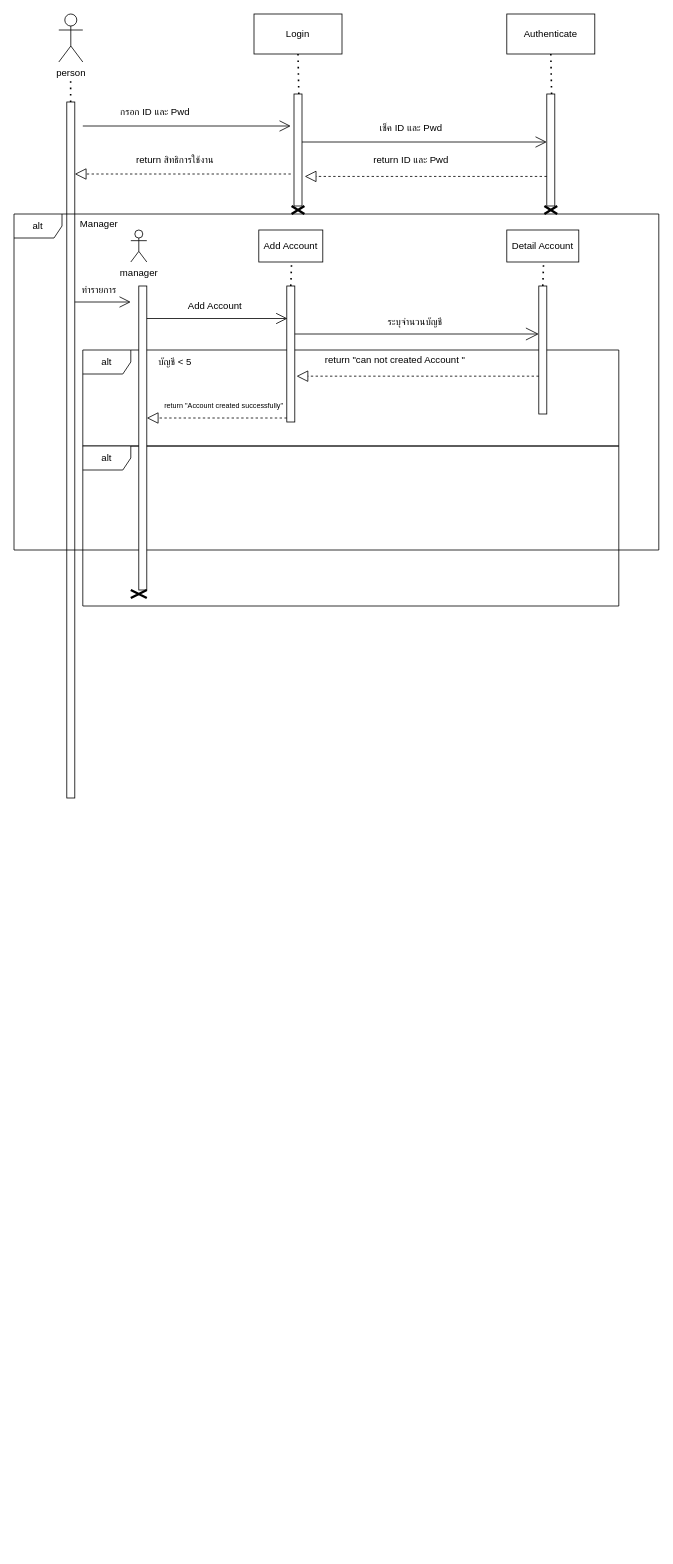
Above: OOSELab4_Sequence.drawio in Supatchai2003/OOSE- (draw.io), before the change. Source tidied: cells renumbered, new cells numbered last; positions are measured from the earlier drawing's top-left corner, leaving out a move shared by most shapes. Both pictures are drawn from the tidied source at 80%, with x=0, y=0 at pixel (14, 14).
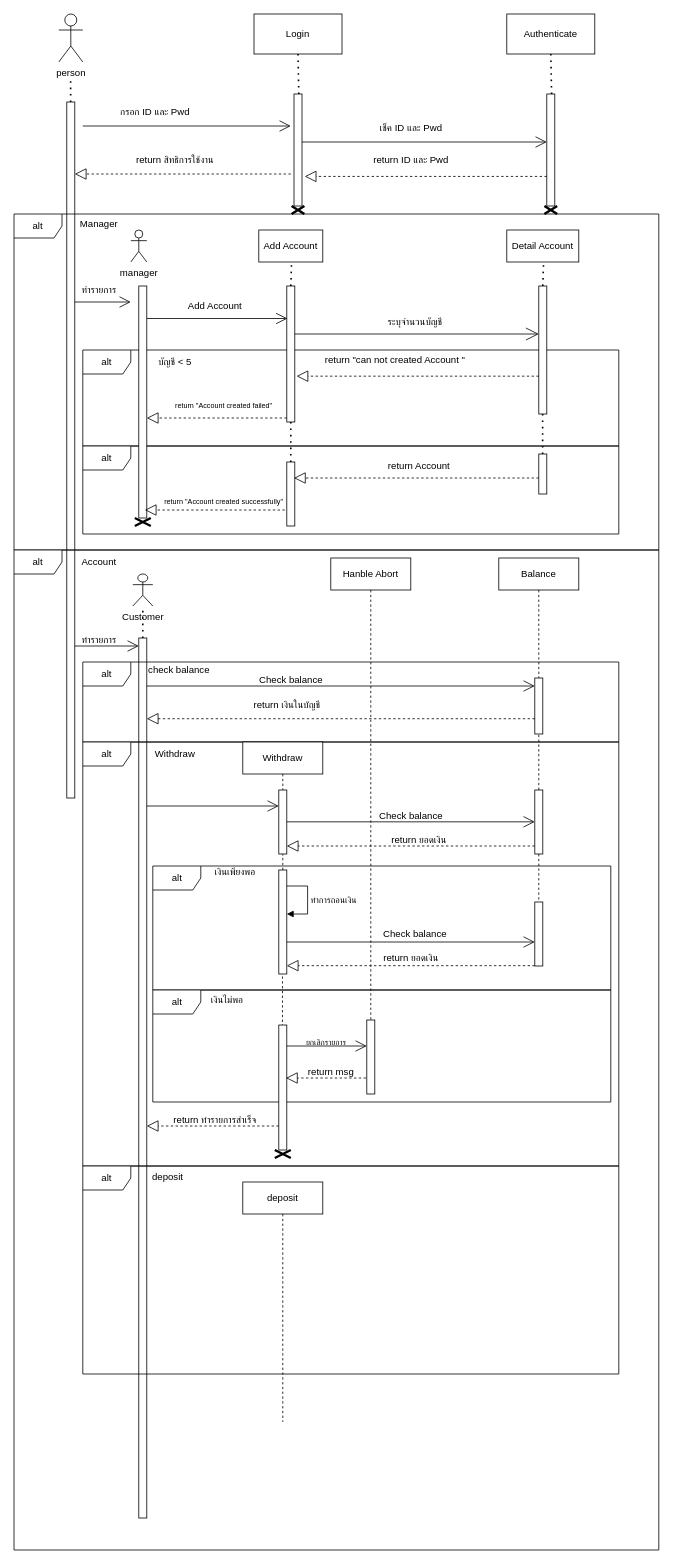
The same diagram, later.

The change refers to these unchanged cells:
```xml
<mxCell id="31" style="html=1;points=[[0,0,0,0,5],[0,1,0,0,-5],[1,0,0,0,5],[1,1,0,0,-5]];perimeter=orthogonalPerimeter;outlineConnect=0;targetShapes=umlLifeline;portConstraint=eastwest;newEdgeStyle={&quot;curved&quot;:0,&quot;rounded&quot;:0};" parent="1" vertex="1">
  <mxGeometry x="341" y="340" width="10" height="170" as="geometry" />
</mxCell>
```

Change to the diagram source:
```diff
@@
     <mxCell id="26" value="alt" style="shape=umlFrame;whiteSpace=wrap;html=1;" parent="1" vertex="1">
-      <mxGeometry x="86" y="540" width="670" height="200" as="geometry" />
+      <mxGeometry x="86" y="540" width="670" height="110" as="geometry" />
     </mxCell>
     <mxCell id="27" style="html=1;points=[[0,0,0,0,5],[0,1,0,0,-5],[1,0,0,0,5],[1,1,0,0,-5]];perimeter=orthogonalPerimeter;outlineConnect=0;targetShapes=umlLifeline;portConstraint=eastwest;newEdgeStyle={&quot;curved&quot;:0,&quot;rounded&quot;:0};" parent="1" vertex="1">
-      <mxGeometry x="156" y="340" width="10" height="380" as="geometry" />
+      <mxGeometry x="156" y="340" width="10" height="290" as="geometry" />
     </mxCell>
     <mxCell id="28" style="shape=umlDestroy;whiteSpace=wrap;html=1;strokeWidth=3;targetShapes=umlLifeline;" parent="1" vertex="1">
-      <mxGeometry x="146" y="720" width="20" height="10" as="geometry" />
+      <mxGeometry x="151" y="630" width="20" height="10" as="geometry" />
     </mxCell>
@@
-    <mxCell id="45" value="return &quot;Account created successfully&quot;" style="text;html=1;align=center;verticalAlign=middle;strokeColor=none;fillColor=none;fontSize=9;" parent="1" vertex="1">
-      <mxGeometry x="177" y="480" width="170" height="20" as="geometry" />
+    <mxCell id="45" value="return &quot;Account created failed&quot;" style="text;html=1;align=center;verticalAlign=middle;strokeColor=none;fillColor=none;fontSize=9;" parent="1" vertex="1">
+      <mxGeometry x="192" y="480" width="140" height="20" as="geometry" />
     </mxCell>
+    <mxCell id="46" style="html=1;points=[[0,0,0,0,5],[0,1,0,0,-5],[1,0,0,0,5],[1,1,0,0,-5]];perimeter=orthogonalPerimeter;outlineConnect=0;targetShapes=umlLifeline;portConstraint=eastwest;newEdgeStyle={&quot;curved&quot;:0,&quot;rounded&quot;:0};" parent="1" vertex="1">
+      <mxGeometry x="341" y="560" width="10" height="80" as="geometry" />
+    </mxCell>
+    <mxCell id="47" style="endArrow=none;dashed=1;html=1;dashPattern=1 3;strokeWidth=2;rounded=0;" parent="1" edge="1" source="46" target="31">
+      <mxGeometry relative="1" as="geometry" />
+    </mxCell>
+    <mxCell id="48" style="endArrow=block;dashed=1;endFill=0;endSize=12;html=1;rounded=0;exitX=0;exitY=1;exitDx=0;exitDy=-5;exitPerimeter=0;" parent="1" edge="1">
+      <mxGeometry relative="1" as="geometry">
+        <mxPoint x="338.5" y="620" as="sourcePoint" />
+        <mxPoint x="163.5" y="620" as="targetPoint" />
+      </mxGeometry>
+    </mxCell>
+    <mxCell id="49" style="endArrow=block;dashed=1;endFill=0;endSize=12;html=1;rounded=0;entryX=1.22;entryY=0.663;entryDx=0;entryDy=0;entryPerimeter=0;" parent="1" edge="1" source="50">
+      <mxGeometry relative="1" as="geometry">
+        <mxPoint x="350" y="580" as="targetPoint" />
+      </mxGeometry>
+    </mxCell>
+    <mxCell id="50" style="html=1;points=[[0,0,0,0,5],[0,1,0,0,-5],[1,0,0,0,5],[1,1,0,0,-5]];perimeter=orthogonalPerimeter;outlineConnect=0;targetShapes=umlLifeline;portConstraint=eastwest;newEdgeStyle={&quot;curved&quot;:0,&quot;rounded&quot;:0};" parent="1" vertex="1">
+      <mxGeometry x="656" y="550" width="10" height="50" as="geometry" />
+    </mxCell>
+    <mxCell id="51" style="endArrow=none;dashed=1;html=1;dashPattern=1 3;strokeWidth=2;rounded=0;" parent="1" edge="1">
+      <mxGeometry relative="1" as="geometry">
+        <mxPoint x="660.8" y="550" as="sourcePoint" />
+        <mxPoint x="660.8" y="500" as="targetPoint" />
+      </mxGeometry>
+    </mxCell>
+    <mxCell id="52" value="return Account" style="text;html=1;align=center;verticalAlign=middle;strokeColor=none;fillColor=none;" parent="1" vertex="1">
+      <mxGeometry x="456" y="550" width="100" height="30" as="geometry" />
+    </mxCell>
+    <mxCell id="53" value="return &quot;Account created successfully&quot;" style="text;html=1;align=center;verticalAlign=middle;strokeColor=none;fillColor=none;fontSize=9;" parent="1" vertex="1">
+      <mxGeometry x="177" y="600" width="170" height="20" as="geometry" />
+    </mxCell>
+    <mxCell id="54" value="alt" style="shape=umlFrame;whiteSpace=wrap;html=1;" parent="1" vertex="1">
+      <mxGeometry y="670" width="806" height="1250" as="geometry" />
+    </mxCell>
+    <mxCell id="55" value="Account" style="text;html=1;align=center;verticalAlign=middle;strokeColor=none;fillColor=none;" parent="1" vertex="1">
+      <mxGeometry x="71" y="670" width="70" height="30" as="geometry" />
+    </mxCell>
+    <mxCell id="56" value="Customer" style="shape=umlActor;verticalLabelPosition=bottom;verticalAlign=top;html=1;outlineConnect=0;" parent="1" vertex="1">
+      <mxGeometry x="148.5" y="700" width="25" height="40" as="geometry" />
+    </mxCell>
+    <mxCell id="57" style="endArrow=none;dashed=1;html=1;dashPattern=1 3;strokeWidth=2;rounded=0;" parent="1" edge="1" source="58" target="56">
+      <mxGeometry relative="1" as="geometry" />
+    </mxCell>
+    <mxCell id="58" style="html=1;points=[[0,0,0,0,5],[0,1,0,0,-5],[1,0,0,0,5],[1,1,0,0,-5]];perimeter=orthogonalPerimeter;outlineConnect=0;targetShapes=umlLifeline;portConstraint=eastwest;newEdgeStyle={&quot;curved&quot;:0,&quot;rounded&quot;:0};" parent="1" vertex="1">
+      <mxGeometry x="156" y="780" width="10" height="1100" as="geometry" />
+    </mxCell>
+    <mxCell id="59" value="Hanble Abort" style="shape=umlLifeline;perimeter=lifelinePerimeter;whiteSpace=wrap;html=1;newEdgeStyle={&quot;curved&quot;:0,&quot;rounded&quot;:0};" parent="1" vertex="1">
+      <mxGeometry x="396" y="680" width="100" height="580" as="geometry" />
+    </mxCell>
+    <mxCell id="60" value="Balance" style="shape=umlLifeline;perimeter=lifelinePerimeter;whiteSpace=wrap;html=1;newEdgeStyle={&quot;curved&quot;:0,&quot;rounded&quot;:0};" parent="1" vertex="1">
+      <mxGeometry x="606" y="680" width="100" height="150" as="geometry" />
+    </mxCell>
+    <mxCell id="61" value="alt" style="shape=umlFrame;whiteSpace=wrap;html=1;" parent="1" vertex="1">
+      <mxGeometry x="86" y="810" width="670" height="100" as="geometry" />
+    </mxCell>
+    <mxCell id="62" style="endArrow=open;endFill=1;endSize=12;html=1;rounded=0;" parent="1" edge="1" target="58">
+      <mxGeometry relative="1" as="geometry">
+        <mxPoint x="76" y="790" as="sourcePoint" />
+      </mxGeometry>
+    </mxCell>
+    <mxCell id="63" value="ทำรายการ" style="text;html=1;align=center;verticalAlign=middle;strokeColor=none;fillColor=none;" parent="1" vertex="1">
+      <mxGeometry x="71" y="768" width="70" height="30" as="geometry" />
+    </mxCell>
+    <mxCell id="64" value="check balance" style="text;html=1;align=center;verticalAlign=middle;strokeColor=none;fillColor=none;" parent="1" vertex="1">
+      <mxGeometry x="156" y="805" width="100" height="30" as="geometry" />
+    </mxCell>
+    <mxCell id="65" style="html=1;points=[[0,0,0,0,5],[0,1,0,0,-5],[1,0,0,0,5],[1,1,0,0,-5]];perimeter=orthogonalPerimeter;outlineConnect=0;targetShapes=umlLifeline;portConstraint=eastwest;newEdgeStyle={&quot;curved&quot;:0,&quot;rounded&quot;:0};" parent="1" vertex="1">
+      <mxGeometry x="651" y="830" width="10" height="70" as="geometry" />
+    </mxCell>
+    <mxCell id="66" style="endArrow=open;endFill=1;endSize=12;html=1;rounded=0;entryX=0;entryY=0;entryDx=0;entryDy=5;entryPerimeter=0;" parent="1" edge="1">
+      <mxGeometry relative="1" as="geometry">
+        <mxPoint x="166" y="840" as="sourcePoint" />
+        <mxPoint x="651" y="840" as="targetPoint" />
+      </mxGeometry>
+    </mxCell>
+    <mxCell id="67" value="Check balance" style="text;html=1;align=center;verticalAlign=middle;strokeColor=none;fillColor=none;" parent="1" vertex="1">
+      <mxGeometry x="296" y="818" width="100" height="30" as="geometry" />
+    </mxCell>
+    <mxCell id="68" style="endArrow=block;dashed=1;endFill=0;endSize=12;html=1;rounded=0;" parent="1" edge="1">
+      <mxGeometry relative="1" as="geometry">
+        <mxPoint x="651" y="880.9" as="sourcePoint" />
+        <mxPoint x="166" y="880.9" as="targetPoint" />
+      </mxGeometry>
+    </mxCell>
+    <mxCell id="69" value="return เงินในบัญชี" style="text;html=1;align=center;verticalAlign=middle;strokeColor=none;fillColor=none;" parent="1" vertex="1">
+      <mxGeometry x="286" y="848.9" width="110" height="30" as="geometry" />
+    </mxCell>
+    <mxCell id="70" value="alt" style="shape=umlFrame;whiteSpace=wrap;html=1;" parent="1" vertex="1">
+      <mxGeometry x="86" y="910" width="670" height="530" as="geometry" />
+    </mxCell>
+    <mxCell id="71" value="Withdraw" style="text;html=1;align=center;verticalAlign=middle;strokeColor=none;fillColor=none;" parent="1" vertex="1">
+      <mxGeometry x="166" y="910" width="70" height="30" as="geometry" />
+    </mxCell>
+    <mxCell id="72" value="Withdraw" style="shape=umlLifeline;perimeter=lifelinePerimeter;whiteSpace=wrap;html=1;newEdgeStyle={&quot;curved&quot;:0,&quot;rounded&quot;:0};" parent="1" vertex="1">
+      <mxGeometry x="286" y="910" width="100" height="60" as="geometry" />
+    </mxCell>
+    <mxCell id="73" style="endArrow=open;endFill=1;endSize=12;html=1;rounded=0;" parent="1" edge="1" target="74">
+      <mxGeometry relative="1" as="geometry">
+        <mxPoint x="166" y="990" as="sourcePoint" />
+      </mxGeometry>
+    </mxCell>
+    <mxCell id="74" style="html=1;points=[[0,0,0,0,5],[0,1,0,0,-5],[1,0,0,0,5],[1,1,0,0,-5]];perimeter=orthogonalPerimeter;outlineConnect=0;targetShapes=umlLifeline;portConstraint=eastwest;newEdgeStyle={&quot;curved&quot;:0,&quot;rounded&quot;:0};" parent="1" vertex="1">
+      <mxGeometry x="331" y="970" width="10" height="80" as="geometry" />
+    </mxCell>
+    <mxCell id="75" style="html=1;points=[[0,0,0,0,5],[0,1,0,0,-5],[1,0,0,0,5],[1,1,0,0,-5]];perimeter=orthogonalPerimeter;outlineConnect=0;targetShapes=umlLifeline;portConstraint=eastwest;newEdgeStyle={&quot;curved&quot;:0,&quot;rounded&quot;:0};" parent="1" vertex="1">
+      <mxGeometry x="651" y="970" width="10" height="80" as="geometry" />
+    </mxCell>
+    <mxCell id="76" style="endArrow=none;dashed=1;html=1;rounded=0;" parent="1" edge="1" source="75" target="65">
+      <mxGeometry relative="1" as="geometry" />
+    </mxCell>
+    <mxCell id="77" style="endArrow=open;endFill=1;endSize=12;html=1;rounded=0;" parent="1" edge="1" target="75">
+      <mxGeometry relative="1" as="geometry">
+        <mxPoint x="341" y="1009.8" as="sourcePoint" />
+      </mxGeometry>
+    </mxCell>
+    <mxCell id="78" value="Check balance" style="text;html=1;align=center;verticalAlign=middle;strokeColor=none;fillColor=none;" parent="1" vertex="1">
+      <mxGeometry x="446" y="988" width="100" height="30" as="geometry" />
+    </mxCell>
+    <mxCell id="79" style="endArrow=block;dashed=1;endFill=0;endSize=12;html=1;rounded=0;" parent="1" edge="1">
+      <mxGeometry relative="1" as="geometry">
+        <mxPoint x="651" y="1040" as="sourcePoint" />
+        <mxPoint x="341" y="1040" as="targetPoint" />
+      </mxGeometry>
+    </mxCell>
+    <mxCell id="80" value="return ยอดเงิน" style="text;html=1;align=center;verticalAlign=middle;strokeColor=none;fillColor=none;" parent="1" vertex="1">
+      <mxGeometry x="456" y="1018" width="100" height="30" as="geometry" />
+    </mxCell>
+    <mxCell id="81" style="html=1;points=[[0,0,0,0,5],[0,1,0,0,-5],[1,0,0,0,5],[1,1,0,0,-5]];perimeter=orthogonalPerimeter;outlineConnect=0;targetShapes=umlLifeline;portConstraint=eastwest;newEdgeStyle={&quot;curved&quot;:0,&quot;rounded&quot;:0};" parent="1" vertex="1">
+      <mxGeometry x="331" y="1070" width="10" height="130" as="geometry" />
+    </mxCell>
+    <mxCell id="82" value="ทำการถอนเงิน" style="html=1;align=left;spacingLeft=2;endArrow=block;rounded=0;edgeStyle=orthogonalEdgeStyle;curved=0;rounded=0;" parent="1" edge="1" target="81">
+      <mxGeometry relative="1" as="geometry">
+        <mxPoint x="341" y="1090" as="sourcePoint" />
+        <Array as="points">
+          <mxPoint x="367" y="1090" />
+          <mxPoint x="367" y="1125" />
+        </Array>
+      </mxGeometry>
+    </mxCell>
+    <mxCell id="83" value="alt" style="shape=umlFrame;whiteSpace=wrap;html=1;" parent="1" vertex="1">
+      <mxGeometry x="173.5" y="1065" width="572.5" height="155" as="geometry" />
+    </mxCell>
+    <mxCell id="84" style="endArrow=none;dashed=1;html=1;rounded=0;" parent="1" edge="1" target="74">
+      <mxGeometry relative="1" as="geometry">
+        <mxPoint x="336" y="1070" as="sourcePoint" />
+      </mxGeometry>
+    </mxCell>
+    <mxCell id="85" value="เงินเพียงพอ" style="text;html=1;align=center;verticalAlign=middle;strokeColor=none;fillColor=none;" parent="1" vertex="1">
+      <mxGeometry x="236" y="1058" width="80" height="30" as="geometry" />
+    </mxCell>
+    <mxCell id="86" style="endArrow=none;dashed=1;html=1;rounded=0;" parent="1" edge="1" source="75" target="87">
+      <mxGeometry relative="1" as="geometry" />
+    </mxCell>
+    <mxCell id="87" style="html=1;points=[[0,0,0,0,5],[0,1,0,0,-5],[1,0,0,0,5],[1,1,0,0,-5]];perimeter=orthogonalPerimeter;outlineConnect=0;targetShapes=umlLifeline;portConstraint=eastwest;newEdgeStyle={&quot;curved&quot;:0,&quot;rounded&quot;:0};" parent="1" vertex="1">
+      <mxGeometry x="651" y="1110" width="10" height="80" as="geometry" />
+    </mxCell>
+    <mxCell id="88" style="endArrow=open;endFill=1;endSize=12;html=1;rounded=0;" parent="1" edge="1">
+      <mxGeometry relative="1" as="geometry">
+        <mxPoint x="341" y="1160" as="sourcePoint" />
+        <mxPoint x="651" y="1160" as="targetPoint" />
+      </mxGeometry>
+    </mxCell>
+    <mxCell id="89" value="Check balance" style="text;html=1;align=center;verticalAlign=middle;strokeColor=none;fillColor=none;" parent="1" vertex="1">
+      <mxGeometry x="451" y="1135" width="100" height="30" as="geometry" />
+    </mxCell>
+    <mxCell id="90" value="return ยอดเงิน" style="text;html=1;align=center;verticalAlign=middle;strokeColor=none;fillColor=none;" parent="1" vertex="1">
+      <mxGeometry x="446" y="1165" width="100" height="30" as="geometry" />
+    </mxCell>
+    <mxCell id="91" style="endArrow=block;dashed=1;endFill=0;endSize=12;html=1;rounded=0;" parent="1" edge="1">
+      <mxGeometry relative="1" as="geometry">
+        <mxPoint x="651" y="1189.6" as="sourcePoint" />
+        <mxPoint x="341" y="1189.6" as="targetPoint" />
+      </mxGeometry>
+    </mxCell>
+    <mxCell id="92" value="alt" style="shape=umlFrame;whiteSpace=wrap;html=1;" parent="1" vertex="1">
+      <mxGeometry x="173.5" y="1220" width="572.5" height="140" as="geometry" />
+    </mxCell>
+    <mxCell id="93" value="เงินไม่พอ" style="text;html=1;align=center;verticalAlign=middle;strokeColor=none;fillColor=none;" parent="1" vertex="1">
+      <mxGeometry x="231" y="1218" width="70" height="30" as="geometry" />
+    </mxCell>
+    <mxCell id="94" style="html=1;perimeter=orthogonalPerimeter;targetShapes=umlLifeline;newEdgeStyle={&quot;curved&quot;:0,&quot;rounded&quot;:0};" parent="1" vertex="1">
+      <mxGeometry x="441" y="1257.5" width="10" height="92.5" as="geometry" />
+    </mxCell>
+    <mxCell id="95" style="endArrow=none;dashed=1;html=1;rounded=0;" parent="1" edge="1" target="96">
+      <mxGeometry relative="1" as="geometry">
+        <mxPoint x="335.6" y="1203" as="sourcePoint" />
+      </mxGeometry>
+    </mxCell>
+    <mxCell id="96" style="html=1;points=[[0,0,0,0,5],[0,1,0,0,-5],[1,0,0,0,5],[1,1,0,0,-5]];perimeter=orthogonalPerimeter;outlineConnect=0;targetShapes=umlLifeline;portConstraint=eastwest;newEdgeStyle={&quot;curved&quot;:0,&quot;rounded&quot;:0};" parent="1" vertex="1">
+      <mxGeometry x="331" y="1263.8" width="10" height="156.2" as="geometry" />
+    </mxCell>
+    <mxCell id="97" style="endArrow=open;endFill=1;endSize=12;html=1;rounded=0;" parent="1" edge="1">
+      <mxGeometry relative="1" as="geometry">
+        <mxPoint x="341" y="1290" as="sourcePoint" />
+        <mxPoint x="441" y="1290" as="targetPoint" />
+      </mxGeometry>
+    </mxCell>
+    <mxCell id="98" value="ยกเลิกรายการ" style="text;html=1;align=center;verticalAlign=middle;strokeColor=none;fillColor=none;fontSize=10;" parent="1" vertex="1">
+      <mxGeometry x="350" y="1270" width="80" height="30" as="geometry" />
+    </mxCell>
+    <mxCell id="99" style="endArrow=block;dashed=1;endFill=0;endSize=12;html=1;rounded=0;" parent="1" edge="1">
+      <mxGeometry relative="1" as="geometry">
+        <mxPoint x="440" y="1330" as="sourcePoint" />
+        <mxPoint x="340" y="1330" as="targetPoint" />
+      </mxGeometry>
+    </mxCell>
+    <mxCell id="100" value="return msg" style="text;html=1;align=center;verticalAlign=middle;strokeColor=none;fillColor=none;" parent="1" vertex="1">
+      <mxGeometry x="356" y="1308" width="80" height="30" as="geometry" />
+    </mxCell>
+    <mxCell id="101" style="endArrow=block;dashed=1;endFill=0;endSize=12;html=1;rounded=0;" parent="1" edge="1">
+      <mxGeometry relative="1" as="geometry">
+        <mxPoint x="331" y="1390" as="sourcePoint" />
+        <mxPoint x="166" y="1390" as="targetPoint" />
+      </mxGeometry>
+    </mxCell>
+    <mxCell id="102" value="return ทำรายการสำเร็จ" style="text;html=1;align=center;verticalAlign=middle;strokeColor=none;fillColor=none;" parent="1" vertex="1">
+      <mxGeometry x="181" y="1368" width="140" height="30" as="geometry" />
+    </mxCell>
+    <mxCell id="103" style="shape=umlDestroy;whiteSpace=wrap;html=1;strokeWidth=3;targetShapes=umlLifeline;" parent="1" vertex="1">
+      <mxGeometry x="326" y="1420" width="20" height="10" as="geometry" />
+    </mxCell>
+    <mxCell id="104" value="alt" style="shape=umlFrame;whiteSpace=wrap;html=1;" parent="1" vertex="1">
+      <mxGeometry x="86" y="1440" width="670" height="260" as="geometry" />
+    </mxCell>
+    <mxCell id="105" value="deposit" style="shape=umlLifeline;perimeter=lifelinePerimeter;whiteSpace=wrap;html=1;newEdgeStyle={&quot;curved&quot;:0,&quot;rounded&quot;:0};" parent="1" vertex="1">
+      <mxGeometry x="286" y="1460" width="100" height="300" as="geometry" />
+    </mxCell>
+    <mxCell id="106" value="&lt;span style=&quot;color: rgb(0, 0, 0); font-family: Helvetica; font-size: 12px; font-style: normal; font-variant-ligatures: normal; font-variant-caps: normal; font-weight: 400; letter-spacing: normal; orphans: 2; text-align: center; text-indent: 0px; text-transform: none; widows: 2; word-spacing: 0px; -webkit-text-stroke-width: 0px; white-space: normal; background-color: rgb(251, 251, 251); text-decoration-thickness: initial; text-decoration-style: initial; text-decoration-color: initial; display: inline !important; float: none;&quot;&gt;deposit&lt;/span&gt;" style="text;whiteSpace=wrap;html=1;" parent="1" vertex="1">
+      <mxGeometry x="171" y="1440" width="70" height="40" as="geometry" />
+    </mxCell>
```
